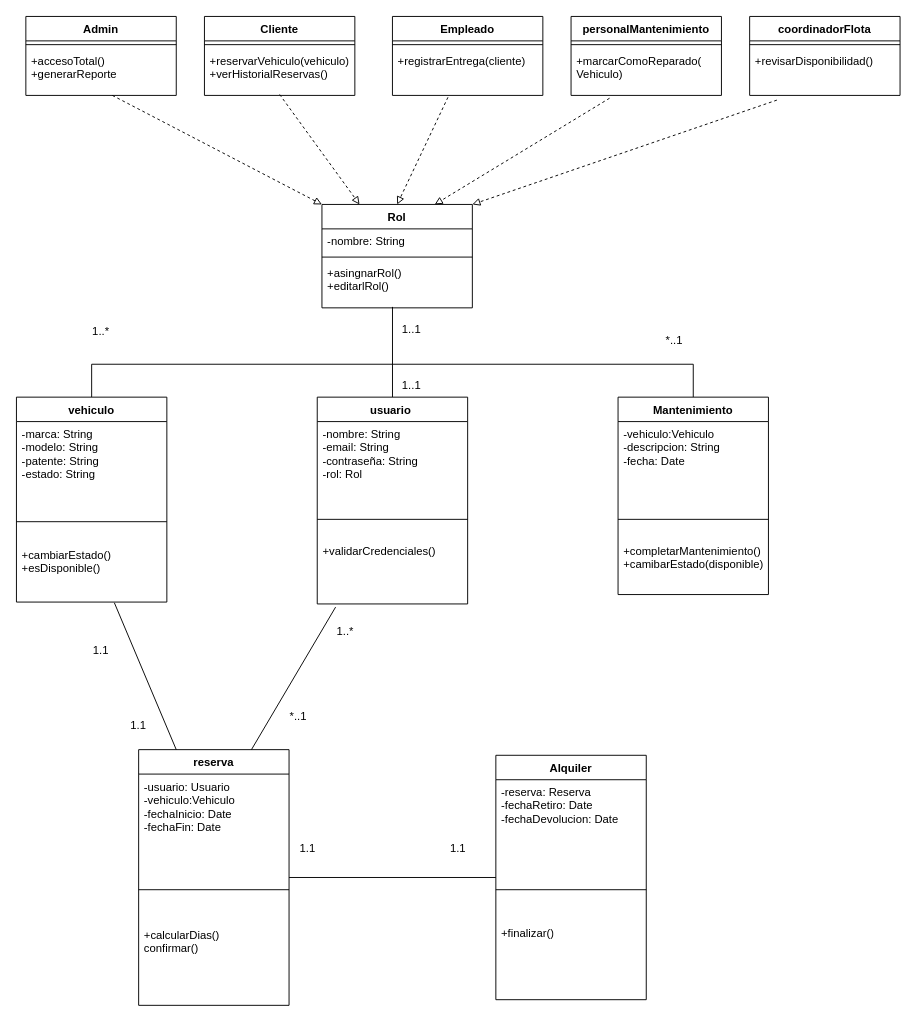
Earlier version of the draw.io diagram Uml_clases_herz.drawio (xXShalin17Xx/Empresa-de-Rent-a-Car-Herz-). Source tidied: cells renumbered, new cells numbered last; positions are measured from the earlier drawing's top-left corner, leaving out a move shared by most shapes. Both pictures are drawn from the tidied source at 94%, with x=0, y=0 at pixel (16, 16).
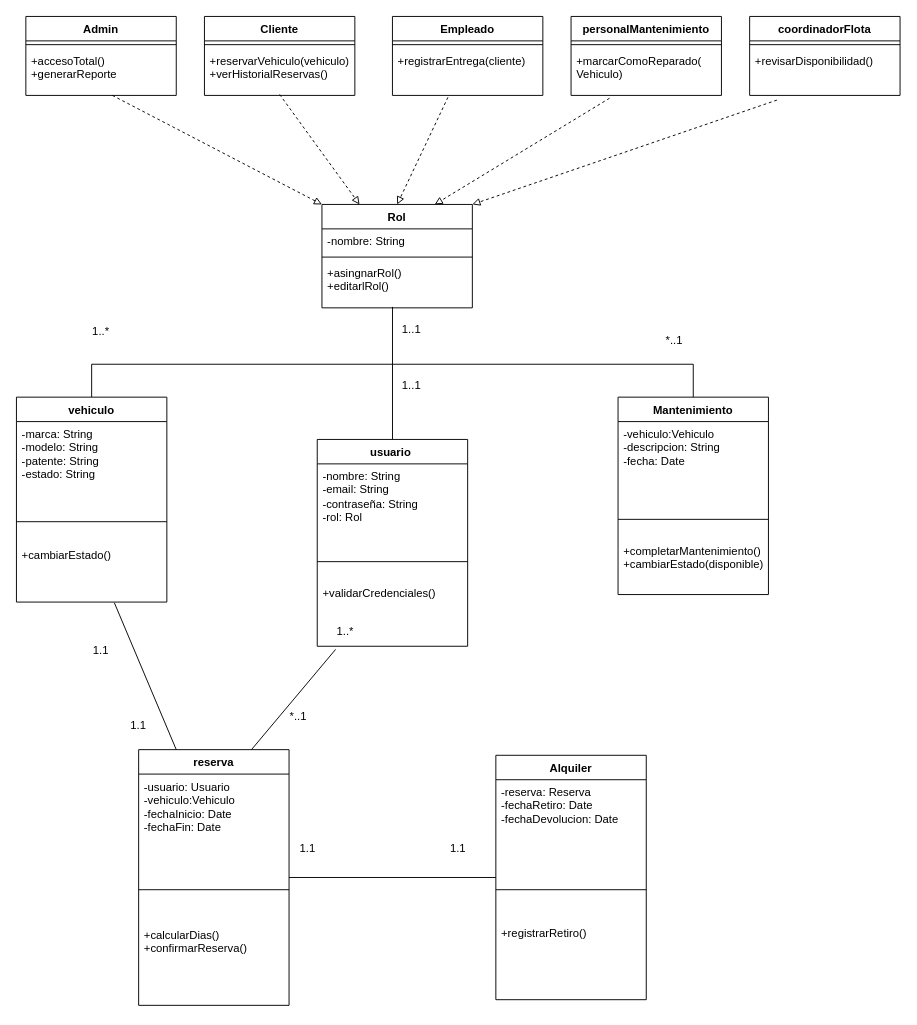
The same page after the edit.

Unchanged cells that the change refers to:
```xml
<mxCell id="8" value="vehiculo" style="swimlane;fontStyle=1;align=center;verticalAlign=top;horizontal=1;startSize=26;whiteSpace=wrap;html=1;" parent="1" vertex="1">
  <mxGeometry y="405" width="160" height="218" as="geometry" />
</mxCell>
<mxCell id="12" value="Mantenimiento" style="swimlane;fontStyle=1;align=center;verticalAlign=top;horizontal=1;startSize=26;whiteSpace=wrap;html=1;" parent="1" vertex="1">
  <mxGeometry x="640" y="405" width="160" height="210" as="geometry" />
</mxCell>
<mxCell id="16" value="Alquiler" style="swimlane;fontStyle=1;align=center;verticalAlign=top;horizontal=1;startSize=26;whiteSpace=wrap;html=1;" parent="1" vertex="1">
  <mxGeometry x="510" y="786" width="160" height="260" as="geometry" />
</mxCell>
<mxCell id="20" value="reserva" style="swimlane;fontStyle=1;align=center;verticalAlign=top;horizontal=1;startSize=26;whiteSpace=wrap;html=1;" parent="1" vertex="1">
  <mxGeometry x="130" y="780" width="160" height="272" as="geometry" />
</mxCell>
```

Change to the diagram source:
```diff
@@
     <mxCell id="3" value="usuario&amp;nbsp;" style="swimlane;fontStyle=1;align=center;verticalAlign=top;horizontal=1;startSize=26;whiteSpace=wrap;html=1;" parent="1" vertex="1">
-      <mxGeometry x="320" y="405" width="160" height="220" as="geometry" />
+      <mxGeometry x="320" y="450" width="160" height="220" as="geometry" />
     </mxCell>
@@
-    <mxCell id="11" value="+&lt;span style=&quot;background-color: transparent; color: light-dark(rgb(0, 0, 0), rgb(255, 255, 255));&quot;&gt;cambiarEstado()&lt;/span&gt;&lt;div&gt;&lt;span style=&quot;background-color: transparent; color: light-dark(rgb(0, 0, 0), rgb(255, 255, 255));&quot;&gt;+esDisponible()&lt;/span&gt;&lt;/div&gt;" style="text;strokeColor=none;fillColor=none;align=left;verticalAlign=top;spacingLeft=4;spacingRight=4;overflow=hidden;points=[[0,0.5],[1,0.5]];portConstraint=eastwest;whiteSpace=wrap;html=1;" parent="8" vertex="1">
+    <mxCell id="11" value="+&lt;span style=&quot;background-color: transparent; color: light-dark(rgb(0, 0, 0), rgb(255, 255, 255));&quot;&gt;cambiarEstado()&lt;br&gt;&lt;/span&gt;" style="text;strokeColor=none;fillColor=none;align=left;verticalAlign=top;spacingLeft=4;spacingRight=4;overflow=hidden;points=[[0,0.5],[1,0.5]];portConstraint=eastwest;whiteSpace=wrap;html=1;" parent="8" vertex="1">
       <mxGeometry y="155" width="160" height="63" as="geometry" />
     </mxCell>
@@
-    <mxCell id="15" value="+completarMantenimiento()&lt;div&gt;+camibarEstado(disponible)&lt;/div&gt;" style="text;strokeColor=none;fillColor=none;align=left;verticalAlign=top;spacingLeft=4;spacingRight=4;overflow=hidden;whiteSpace=wrap;html=1;" parent="12" vertex="1">
+    <mxCell id="15" value="+completarMantenimiento()&lt;div&gt;+cambiarEstado(disponible)&lt;/div&gt;" style="text;strokeColor=none;fillColor=none;align=left;verticalAlign=top;spacingLeft=4;spacingRight=4;overflow=hidden;whiteSpace=wrap;html=1;" parent="12" vertex="1">
       <mxGeometry y="150" width="160" height="60" as="geometry" />
     </mxCell>
@@
-    <mxCell id="19" value="+finalizar()" style="text;strokeColor=none;fillColor=none;align=left;verticalAlign=top;spacingLeft=4;spacingRight=4;overflow=hidden;whiteSpace=wrap;html=1;" parent="16" vertex="1">
+    <mxCell id="19" value="+registrarRetiro()" style="text;strokeColor=none;fillColor=none;align=left;verticalAlign=top;spacingLeft=4;spacingRight=4;overflow=hidden;whiteSpace=wrap;html=1;" parent="16" vertex="1">
       <mxGeometry y="176" width="160" height="84" as="geometry" />
     </mxCell>
@@
-    <mxCell id="23" value="+&lt;span style=&quot;background-color: transparent; color: light-dark(rgb(0, 0, 0), rgb(255, 255, 255));&quot;&gt;calcularDias()&lt;/span&gt;&lt;div&gt;&lt;span style=&quot;background-color: transparent; color: light-dark(rgb(0, 0, 0), rgb(255, 255, 255));&quot;&gt;confirmar()&lt;/span&gt;&lt;/div&gt;" style="text;strokeColor=none;fillColor=none;align=left;verticalAlign=top;spacingLeft=4;spacingRight=4;overflow=hidden;whiteSpace=wrap;html=1;" parent="20" vertex="1">
+    <mxCell id="23" value="+&lt;span style=&quot;background-color: transparent; color: light-dark(rgb(0, 0, 0), rgb(255, 255, 255));&quot;&gt;calcularDias()&lt;/span&gt;&lt;div&gt;&lt;span style=&quot;background-color: transparent; color: light-dark(rgb(0, 0, 0), rgb(255, 255, 255));&quot;&gt;+confirmarReserva()&lt;/span&gt;&lt;/div&gt;" style="text;strokeColor=none;fillColor=none;align=left;verticalAlign=top;spacingLeft=4;spacingRight=4;overflow=hidden;whiteSpace=wrap;html=1;" parent="20" vertex="1">
       <mxGeometry y="184" width="160" height="88" as="geometry" />
     </mxCell>
```
